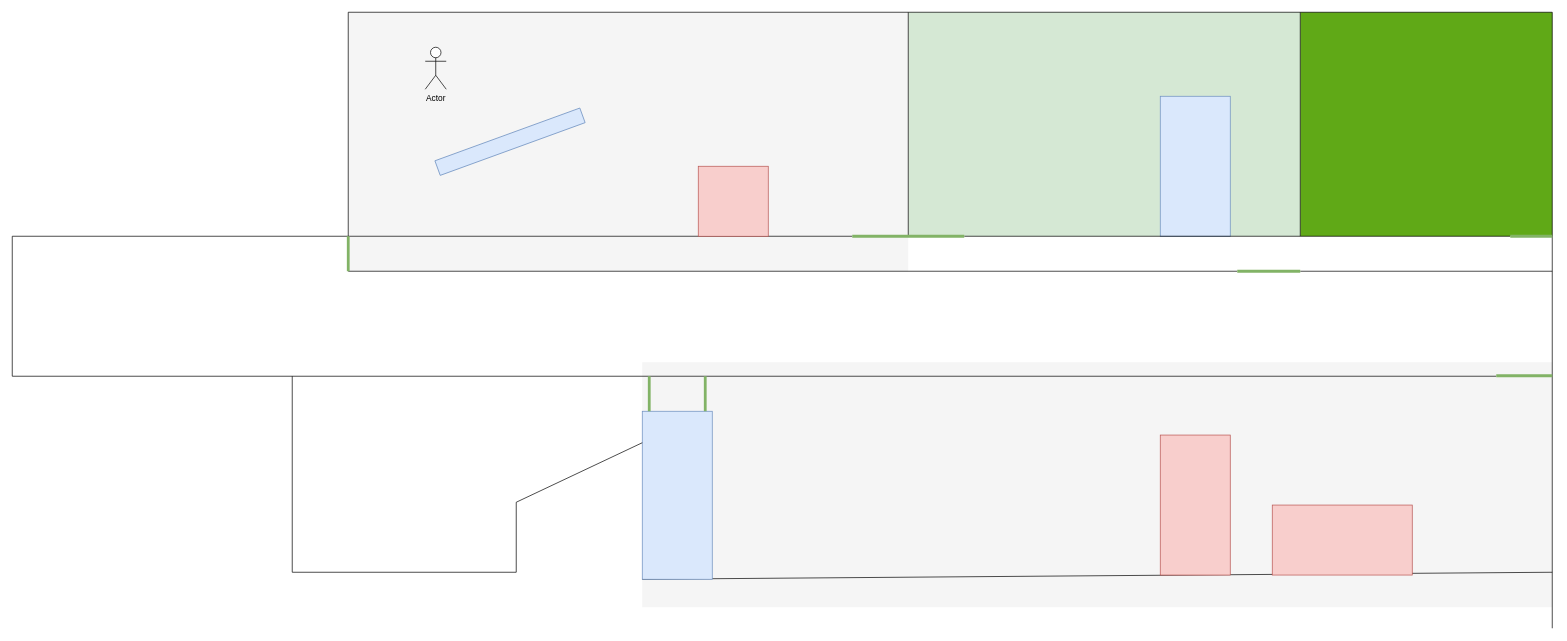
Above: assets/map.drawio.xml in balooval/blob (draw.io), before the change. Source tidied: cells renumbered, new cells numbered last; positions are measured from the earlier drawing's top-left corner, leaving out a move shared by most shapes. Both pictures are drawn from the tidied source at 70%, with x=0, y=0 at pixel (12, 12).
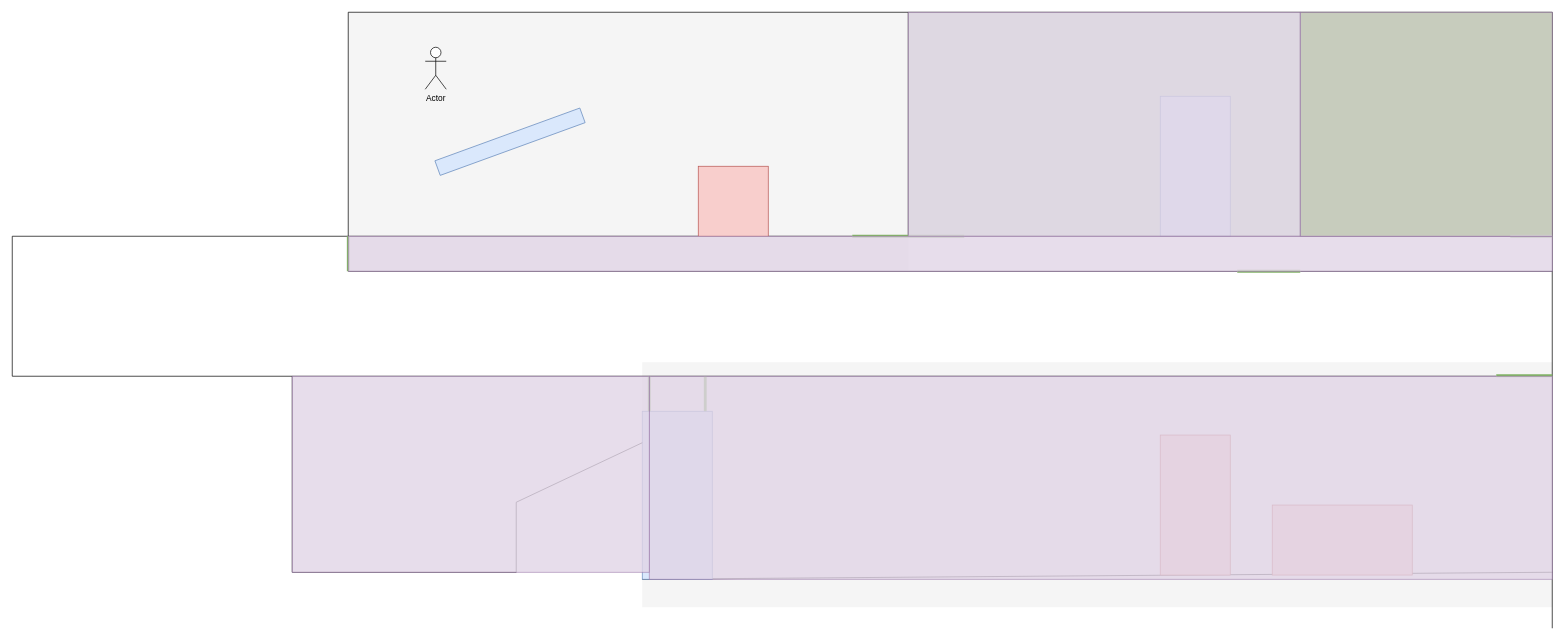
After the change.

What changed in the source:
```diff
@@
-    <mxCell id="11" style="endArrow=none;html=1;rounded=0;" parent="1" edge="1">
-      <mxGeometry relative="1" as="geometry">
-        <mxPoint x="1280" as="sourcePoint" />
-        <mxPoint x="2140" y="320" as="targetPoint" />
-        <Array as="points">
-          <mxPoint x="1840" />
-          <mxPoint x="1840" y="320" />
-        </Array>
-      </mxGeometry>
-    </mxCell>
@@
     <mxCell id="15" style="endArrow=none;html=1;rounded=0;" parent="1" edge="1">
       <mxGeometry relative="1" as="geometry">
-        <mxPoint x="1840" as="sourcePoint" />
+        <mxPoint x="1280" as="sourcePoint" />
         <mxPoint x="2200" y="880" as="targetPoint" />
         <Array as="points">
           <mxPoint x="2200" />
         </Array>
       </mxGeometry>
     </mxCell>
@@
+    <mxCell id="32" style="endArrow=none;html=1;rounded=0;" parent="1" edge="1">
+      <mxGeometry relative="1" as="geometry">
+        <mxPoint x="1840" y="320" as="sourcePoint" />
+        <mxPoint x="1840" as="targetPoint" />
+      </mxGeometry>
+    </mxCell>
+    <mxCell id="33" style="endArrow=none;html=1;rounded=0;" parent="1" edge="1">
+      <mxGeometry relative="1" as="geometry">
+        <mxPoint x="1840" y="320" as="sourcePoint" />
+        <mxPoint x="2140" y="320" as="targetPoint" />
+      </mxGeometry>
+    </mxCell>
+    <mxCell id="34" parent="0" />
+    <mxCell id="35" style="rounded=0;whiteSpace=wrap;html=1;fillColor=#e1d5e7;strokeColor=#9673a6;opacity=80;" parent="34" vertex="1">
+      <mxGeometry x="1280" width="560" height="320" as="geometry" />
+    </mxCell>
+    <mxCell id="36" style="rounded=0;whiteSpace=wrap;html=1;fillColor=#e1d5e7;strokeColor=#9673a6;opacity=80;" parent="34" vertex="1">
+      <mxGeometry x="480" y="320" width="1720" height="50" as="geometry" />
+    </mxCell>
+    <mxCell id="37" style="rounded=0;whiteSpace=wrap;html=1;fillColor=#e1d5e7;strokeColor=#9673a6;opacity=80;" parent="34" vertex="1">
+      <mxGeometry x="910" y="520" width="1290" height="290" as="geometry" />
+    </mxCell>
+    <mxCell id="38" style="rounded=0;whiteSpace=wrap;html=1;fillColor=#e1d5e7;strokeColor=#9673a6;opacity=80;" parent="34" vertex="1">
+      <mxGeometry x="400" y="520" width="510" height="280" as="geometry" />
+    </mxCell>
+    <mxCell id="39" style="rounded=0;whiteSpace=wrap;html=1;fillColor=#e1d5e7;strokeColor=#9673a6;opacity=80;" parent="34" vertex="1">
+      <mxGeometry x="1840" width="360" height="320" as="geometry" />
+    </mxCell>
```
